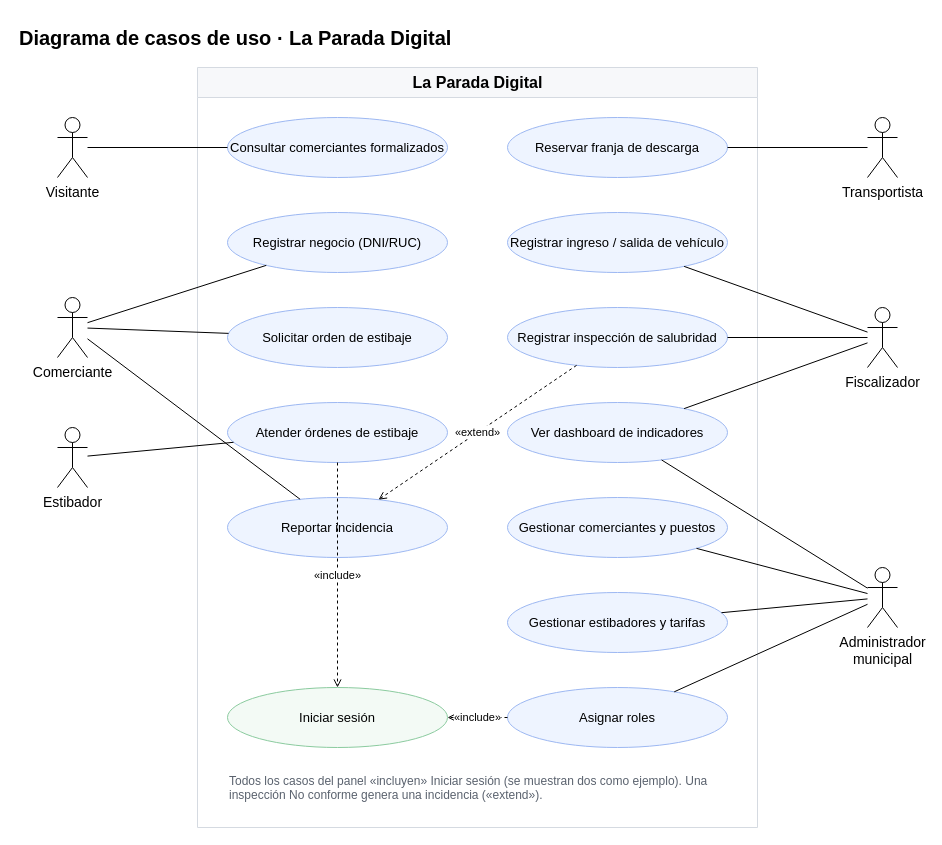
This is docs/diagramas/casos_de_uso.drawio from josetello30/laparada, a draw.io file, before an edit. Source tidied: cells renumbered, new cells numbered last; positions are measured from the earlier drawing's top-left corner, leaving out a move shared by most shapes. Both pictures are drawn from the tidied source at 100%, with x=0, y=0 at pixel (17, 17).
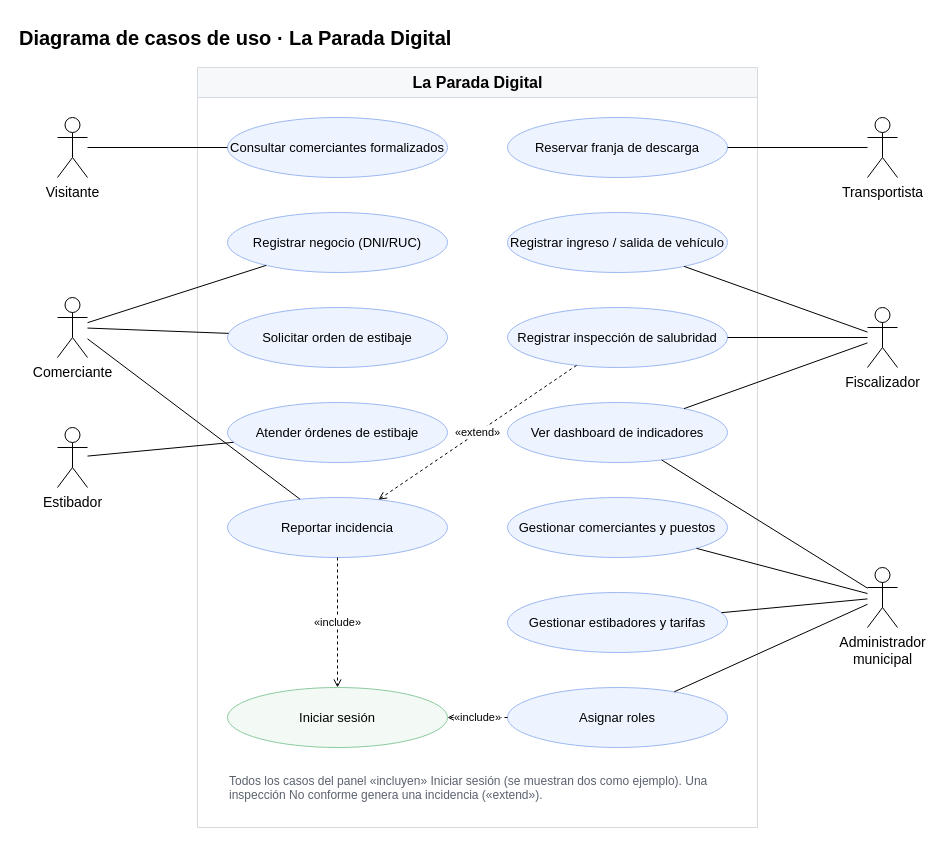
Above is the later version.

Commit message:
docs(diagramas): include de casos de uso sin cruces

Claude-Session: https://claude.ai/code/session_01JcgA524pZ8akuWDmeXUGjX

The change refers to these unchanged cells:
```xml
<mxCell id="3" value="La Parada Digital" style="swimlane;startSize=30;html=1;fontSize=16;fillColor=#F7F8FA;strokeColor=#D5DAE1;" parent="1" vertex="1">
  <mxGeometry x="180" y="50" width="560" height="760" as="geometry" />
</mxCell>
<mxCell id="7" value="Atender órdenes de estibaje" style="ellipse;whiteSpace=wrap;html=1;fillColor=#EEF4FF;strokeColor=#9DB8F2;fontSize=13;" parent="3" vertex="1">
  <mxGeometry x="30" y="335" width="220" height="60" as="geometry" />
</mxCell>
<mxCell id="8" value="Reportar incidencia" style="ellipse;whiteSpace=wrap;html=1;fillColor=#EEF4FF;strokeColor=#9DB8F2;fontSize=13;" parent="3" vertex="1">
  <mxGeometry x="30" y="430" width="220" height="60" as="geometry" />
</mxCell>
<mxCell id="16" value="Iniciar sesión" style="ellipse;whiteSpace=wrap;html=1;fillColor=#F3FAF5;strokeColor=#8BCB9F;fontSize=13;" parent="3" vertex="1">
  <mxGeometry x="30" y="620" width="220" height="60" as="geometry" />
</mxCell>
```

Diff of the diagram source:
```diff
@@
-    <mxCell id="36" value="«include»" style="dashed=1;endArrow=open;html=1;labelBackgroundColor=default;" parent="3" edge="1" source="7" target="16">
+    <mxCell id="36" value="«include»" style="dashed=1;endArrow=open;html=1;labelBackgroundColor=default;" parent="3" edge="1" source="8" target="16">
       <mxGeometry relative="1" as="geometry" />
     </mxCell>
```
